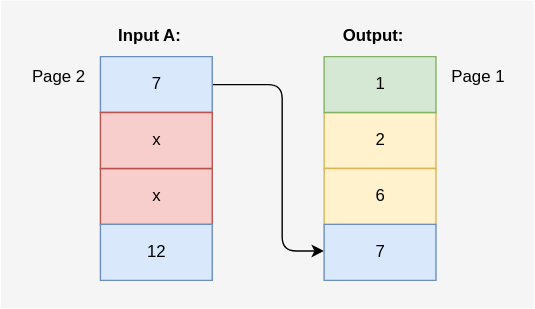
This is images/MergeResponsesKomplexSolution3.svg from cwahlmann/searchadapter, a draw.io export, as it was before one commit. Source tidied: cells renumbered, new cells last; positions are measured from the earlier drawing's top-left corner, leaving out a move shared by most shapes.
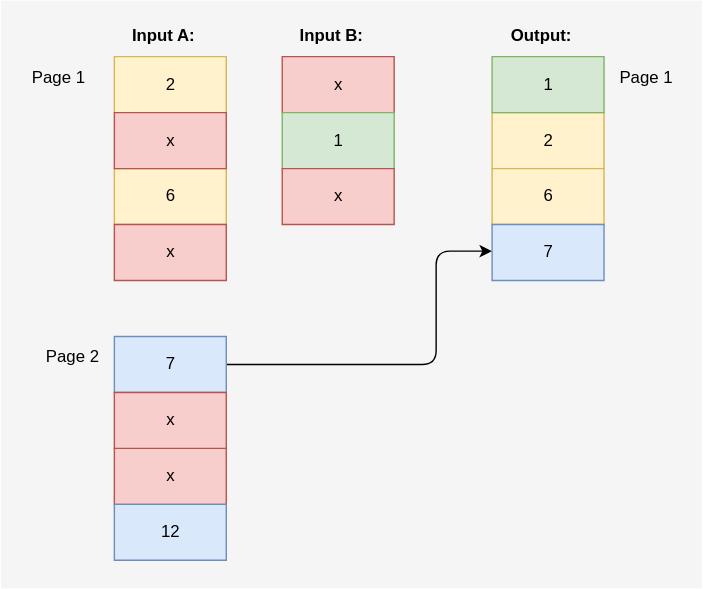
Later version of the same file.

Change to the diagram source:
```diff
@@ -3,51 +3,78 @@
     <mxCell id="0" />
     <mxCell id="1" parent="0" />
     <mxCell id="2" style="rounded=0;whiteSpace=wrap;html=1;fillColor=#f5f5f5;strokeColor=none;fontColor=#333333;" parent="1" vertex="1">
-      <mxGeometry width="381" height="220" as="geometry" />
+      <mxGeometry width="501" height="420" as="geometry" />
     </mxCell>
     <mxCell id="3" style="edgeStyle=orthogonalEdgeStyle;rounded=1;jettySize=auto;html=1;entryX=0;entryY=0.475;entryDx=0;entryDy=0;entryPerimeter=0;" parent="1" edge="1" source="4" target="15">
       <mxGeometry relative="1" as="geometry">
         <Array as="points">
-          <mxPoint x="201" y="60" />
-          <mxPoint x="201" y="179" />
+          <mxPoint x="311" y="260" />
+          <mxPoint x="311" y="179" />
         </Array>
       </mxGeometry>
     </mxCell>
     <mxCell id="4" value="7" style="verticalLabelPosition=middle;verticalAlign=middle;html=1;shape=mxgraph.basic.rect;fillColor2=none;strokeWidth=1;size=20;indent=5;labelPosition=center;align=center;fillColor=#dae8fc;strokeColor=#6c8ebf;" parent="1" vertex="1">
-      <mxGeometry x="71" y="40" width="80" height="40" as="geometry" />
+      <mxGeometry x="81" y="240" width="80" height="40" as="geometry" />
     </mxCell>
     <mxCell id="5" value="x" style="verticalLabelPosition=middle;verticalAlign=middle;html=1;shape=mxgraph.basic.rect;fillColor2=none;strokeWidth=1;size=20;indent=5;labelPosition=center;align=center;fillColor=#f8cecc;strokeColor=#b85450;" parent="1" vertex="1">
-      <mxGeometry x="71" y="120" width="80" height="40" as="geometry" />
+      <mxGeometry x="81" y="320" width="80" height="40" as="geometry" />
     </mxCell>
     <mxCell id="6" value="12" style="verticalLabelPosition=middle;verticalAlign=middle;html=1;shape=mxgraph.basic.rect;fillColor2=none;strokeWidth=1;size=20;indent=5;labelPosition=center;align=center;fillColor=#dae8fc;strokeColor=#6c8ebf;" parent="1" vertex="1">
-      <mxGeometry x="71" y="160" width="80" height="40" as="geometry" />
+      <mxGeometry x="81" y="360" width="80" height="40" as="geometry" />
     </mxCell>
     <mxCell id="7" value="Page 2" style="text;html=1;align=center;verticalAlign=middle;strokeColor=none;fillColor=none;" parent="1" vertex="1">
-      <mxGeometry x="11" y="40" width="60" height="30" as="geometry" />
+      <mxGeometry x="21" y="240" width="60" height="30" as="geometry" />
     </mxCell>
     <mxCell id="8" value="&lt;b&gt;Input A:&lt;/b&gt;" style="text;html=1;align=center;verticalAlign=middle;strokeColor=none;fillColor=none;" parent="1" vertex="1">
-      <mxGeometry x="71" y="10" width="70" height="30" as="geometry" />
+      <mxGeometry x="81" y="10" width="70" height="30" as="geometry" />
     </mxCell>
     <mxCell id="9" value="x" style="verticalLabelPosition=middle;verticalAlign=middle;html=1;shape=mxgraph.basic.rect;fillColor2=none;strokeWidth=1;size=20;indent=5;labelPosition=center;align=center;fillColor=#f8cecc;strokeColor=#b85450;" parent="1" vertex="1">
-      <mxGeometry x="71" y="80" width="80" height="40" as="geometry" />
+      <mxGeometry x="81" y="280" width="80" height="40" as="geometry" />
     </mxCell>
     <mxCell id="10" value="Page 1" style="text;html=1;align=center;verticalAlign=middle;strokeColor=none;fillColor=none;" parent="1" vertex="1">
-      <mxGeometry x="311" y="40" width="60" height="30" as="geometry" />
+      <mxGeometry x="431" y="40" width="60" height="30" as="geometry" />
     </mxCell>
     <mxCell id="11" value="&lt;b&gt;Output:&lt;/b&gt;" style="text;html=1;align=center;verticalAlign=middle;strokeColor=none;fillColor=none;" parent="1" vertex="1">
-      <mxGeometry x="231" y="10" width="70" height="30" as="geometry" />
+      <mxGeometry x="351" y="10" width="70" height="30" as="geometry" />
     </mxCell>
     <mxCell id="12" value="2" style="verticalLabelPosition=middle;verticalAlign=middle;html=1;shape=mxgraph.basic.rect;fillColor2=none;strokeWidth=1;size=20;indent=5;labelPosition=center;align=center;fillColor=#fff2cc;strokeColor=#d6b656;" parent="1" vertex="1">
-      <mxGeometry x="231" y="80" width="80" height="40" as="geometry" />
+      <mxGeometry x="351" y="80" width="80" height="40" as="geometry" />
     </mxCell>
     <mxCell id="13" value="1" style="verticalLabelPosition=middle;verticalAlign=middle;html=1;shape=mxgraph.basic.rect;fillColor2=none;strokeWidth=1;size=20;indent=5;labelPosition=center;align=center;fillColor=#d5e8d4;strokeColor=#82b366;" parent="1" vertex="1">
-      <mxGeometry x="231" y="40" width="80" height="40" as="geometry" />
+      <mxGeometry x="351" y="40" width="80" height="40" as="geometry" />
     </mxCell>
     <mxCell id="14" value="6" style="verticalLabelPosition=middle;verticalAlign=middle;html=1;shape=mxgraph.basic.rect;fillColor2=none;strokeWidth=1;size=20;indent=5;labelPosition=center;align=center;fillColor=#fff2cc;strokeColor=#d6b656;" parent="1" vertex="1">
-      <mxGeometry x="231" y="120" width="80" height="40" as="geometry" />
+      <mxGeometry x="351" y="120" width="80" height="40" as="geometry" />
     </mxCell>
     <mxCell id="15" value="7" style="verticalLabelPosition=middle;verticalAlign=middle;html=1;shape=mxgraph.basic.rect;fillColor2=none;strokeWidth=1;size=20;indent=5;labelPosition=center;align=center;fillColor=#dae8fc;strokeColor=#6c8ebf;" parent="1" vertex="1">
-      <mxGeometry x="231" y="160" width="80" height="40" as="geometry" />
+      <mxGeometry x="351" y="160" width="80" height="40" as="geometry" />
     </mxCell>
+    <mxCell id="16" value="x" style="verticalLabelPosition=middle;verticalAlign=middle;html=1;shape=mxgraph.basic.rect;fillColor2=none;strokeWidth=1;size=20;indent=5;labelPosition=center;align=center;fillColor=#f8cecc;strokeColor=#b85450;" parent="1" vertex="1">
+      <mxGeometry x="201" y="40" width="80" height="40" as="geometry" />
+    </mxCell>
+    <mxCell id="17" value="1" style="verticalLabelPosition=middle;verticalAlign=middle;html=1;shape=mxgraph.basic.rect;fillColor2=none;strokeWidth=1;size=20;indent=5;labelPosition=center;align=center;fillColor=#d5e8d4;strokeColor=#82b366;" parent="1" vertex="1">
+      <mxGeometry x="201" y="80" width="80" height="40" as="geometry" />
+    </mxCell>
+    <mxCell id="18" value="&lt;b&gt;Input B:&lt;/b&gt;" style="text;html=1;align=center;verticalAlign=middle;strokeColor=none;fillColor=none;" parent="1" vertex="1">
+      <mxGeometry x="201" y="10" width="70" height="30" as="geometry" />
+    </mxCell>
+    <mxCell id="19" value="x" style="verticalLabelPosition=middle;verticalAlign=middle;html=1;shape=mxgraph.basic.rect;fillColor2=none;strokeWidth=1;size=20;indent=5;labelPosition=center;align=center;fillColor=#f8cecc;strokeColor=#b85450;" parent="1" vertex="1">
+      <mxGeometry x="201" y="120" width="80" height="40" as="geometry" />
+    </mxCell>
+    <mxCell id="20" value="2" style="verticalLabelPosition=middle;verticalAlign=middle;html=1;shape=mxgraph.basic.rect;fillColor2=none;strokeWidth=1;size=20;indent=5;labelPosition=center;align=center;fillColor=#fff2cc;strokeColor=#d6b656;" parent="1" vertex="1">
+      <mxGeometry x="81" y="40" width="80" height="40" as="geometry" />
+    </mxCell>
+    <mxCell id="21" value="6" style="verticalLabelPosition=middle;verticalAlign=middle;html=1;shape=mxgraph.basic.rect;fillColor2=none;strokeWidth=1;size=20;indent=5;labelPosition=center;align=center;fillColor=#fff2cc;strokeColor=#d6b656;" parent="1" vertex="1">
+      <mxGeometry x="81" y="120" width="80" height="40" as="geometry" />
+    </mxCell>
+    <mxCell id="22" value="Page 1" style="text;html=1;align=center;verticalAlign=middle;strokeColor=none;fillColor=none;" parent="1" vertex="1">
+      <mxGeometry x="11" y="40" width="60" height="30" as="geometry" />
+    </mxCell>
+    <mxCell id="23" value="x" style="verticalLabelPosition=middle;verticalAlign=middle;html=1;shape=mxgraph.basic.rect;fillColor2=none;strokeWidth=1;size=20;indent=5;labelPosition=center;align=center;fillColor=#f8cecc;strokeColor=#b85450;" parent="1" vertex="1">
+      <mxGeometry x="81" y="80" width="80" height="40" as="geometry" />
+    </mxCell>
+    <mxCell id="24" value="x" style="verticalLabelPosition=middle;verticalAlign=middle;html=1;shape=mxgraph.basic.rect;fillColor2=none;strokeWidth=1;size=20;indent=5;labelPosition=center;align=center;fillColor=#f8cecc;strokeColor=#b85450;" parent="1" vertex="1">
+      <mxGeometry x="81" y="160" width="80" height="40" as="geometry" />
+    </mxCell>
   </root>
 </mxGraphModel>
```
